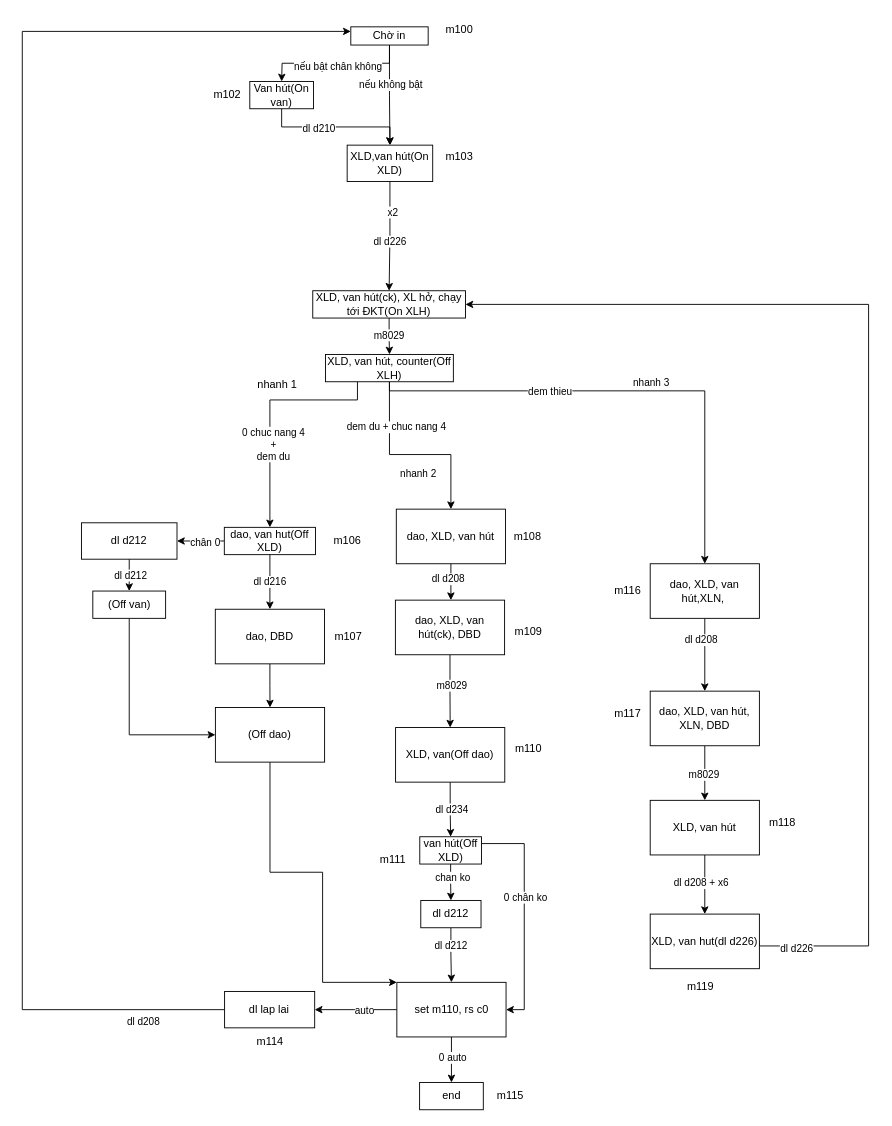
Before: trai muc truoc.drawio in robowindgit/a0-quyencun, a draw.io diagram. Source tidied: cells renumbered, new cells numbered last; positions are measured from the earlier drawing's top-left corner, leaving out a move shared by most shapes. Both pictures are drawn from the tidied source at 91%, with x=0, y=0 at pixel (22, 15).
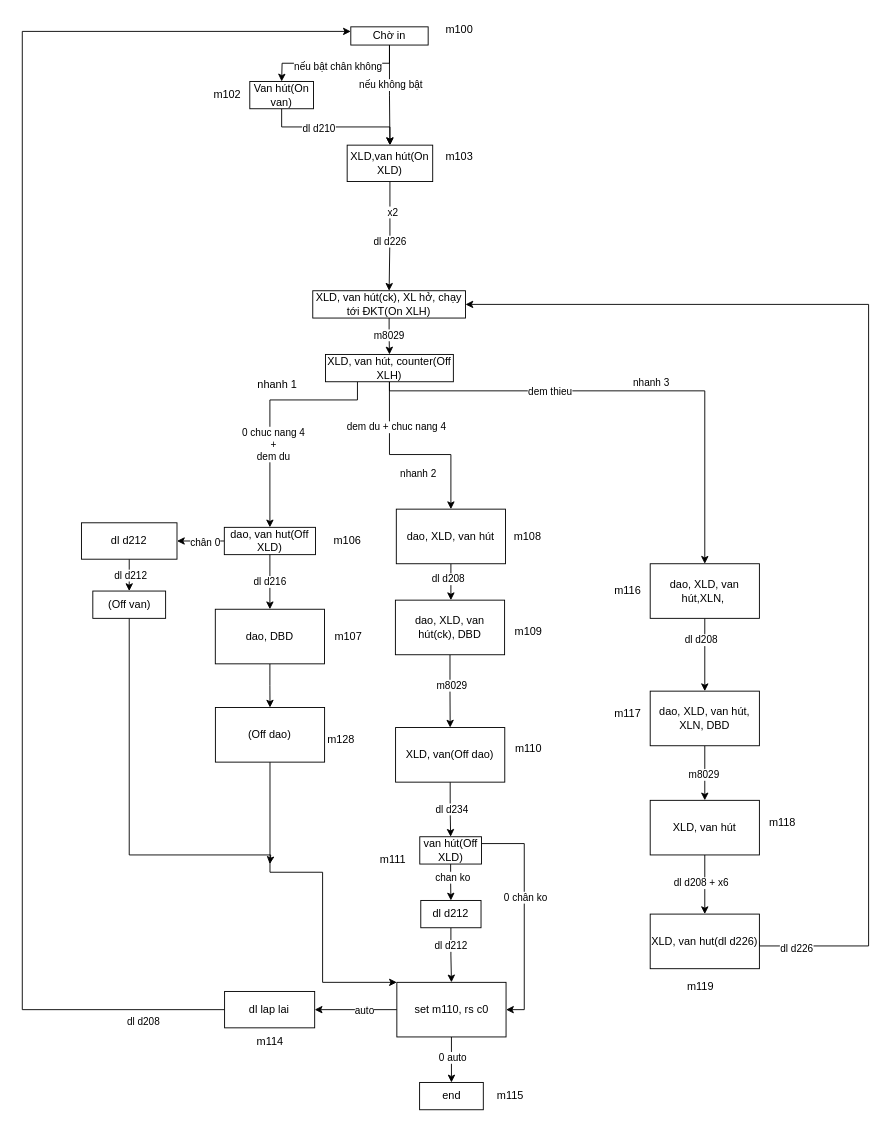
The same diagram, later.

Commit message:
Cập nhật trai muc truoc.drawio

Unchanged cells that the change refers to:
```xml
<mxCell id="88" value="(Off dao)" style="whiteSpace=wrap;html=1;" parent="1" vertex="1">
  <mxGeometry x="212.2" y="760" width="120" height="60" as="geometry" />
</mxCell>
<mxCell id="93" value="(Off van)" style="whiteSpace=wrap;html=1;" parent="1" vertex="1">
  <mxGeometry x="77.5" y="632" width="80" height="30" as="geometry" />
</mxCell>
```

Change to the diagram source:
```diff
@@
-    <mxCell id="92" style="edgeStyle=orthogonalEdgeStyle;rounded=0;jettySize=auto;html=1;exitX=0.5;exitY=1;exitDx=0;exitDy=0;entryX=0;entryY=0.5;entryDx=0;entryDy=0;" parent="1" edge="1" source="93" target="88">
-      <mxGeometry relative="1" as="geometry" />
+    <mxCell id="92" style="edgeStyle=orthogonalEdgeStyle;rounded=0;jettySize=auto;html=1;exitX=0.5;exitY=1;exitDx=0;exitDy=0;" parent="1" edge="1" source="93">
+      <mxGeometry relative="1" as="geometry">
+        <mxPoint x="272" y="932" as="targetPoint" />
+        <Array as="points">
+          <mxPoint x="118" y="922" />
+          <mxPoint x="273" y="922" />
+        </Array>
+      </mxGeometry>
     </mxCell>
@@
+    <mxCell id="94" value="m128" style="text;html=1;align=center;verticalAlign=middle;strokeColor=none;fillColor=none;" parent="1" vertex="1">
+      <mxGeometry x="325" y="780" width="50" height="30" as="geometry" />
+    </mxCell>
```
